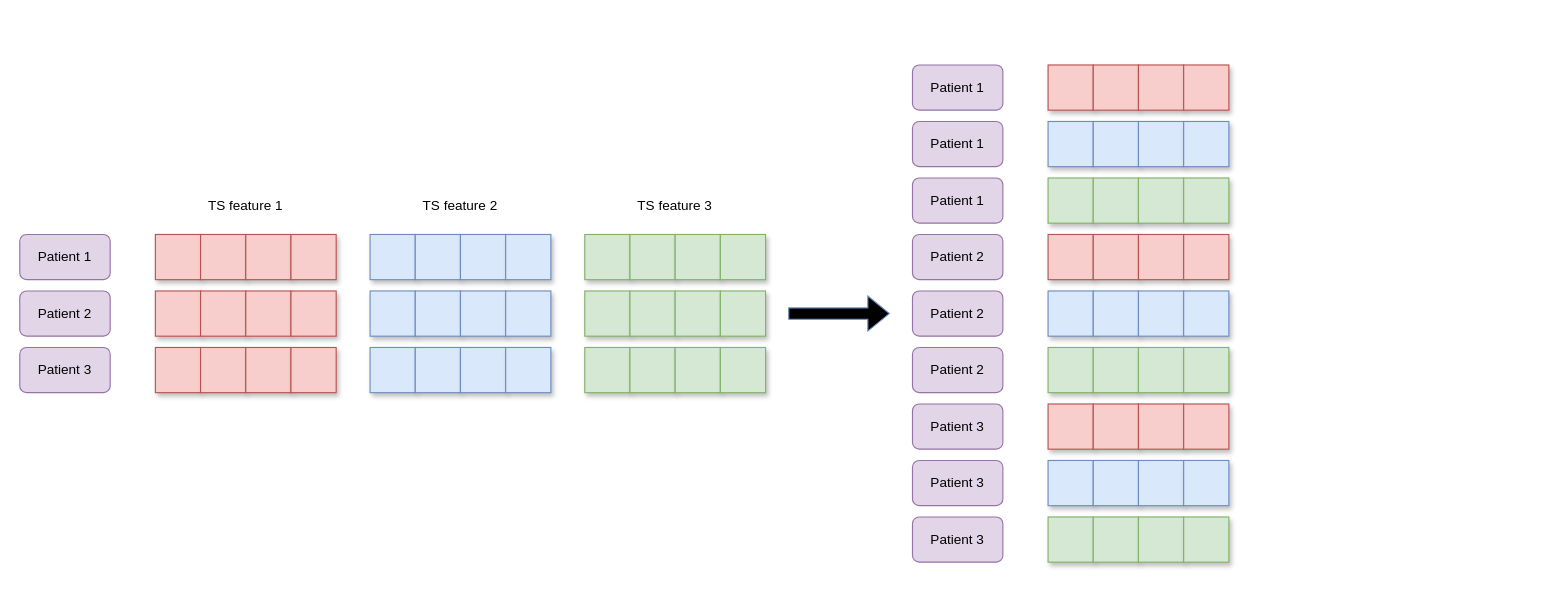
This is diagrams/TS-Collapse.drawio from Jeremstym/pretrainingTSPFN, a draw.io file, before an edit. Source tidied: cells renumbered, new cells numbered last; positions are measured from the earlier drawing's top-left corner, leaving out a move shared by most shapes. Both pictures are drawn from the tidied source at 113%, with x=0, y=0 at pixel (19, 64).
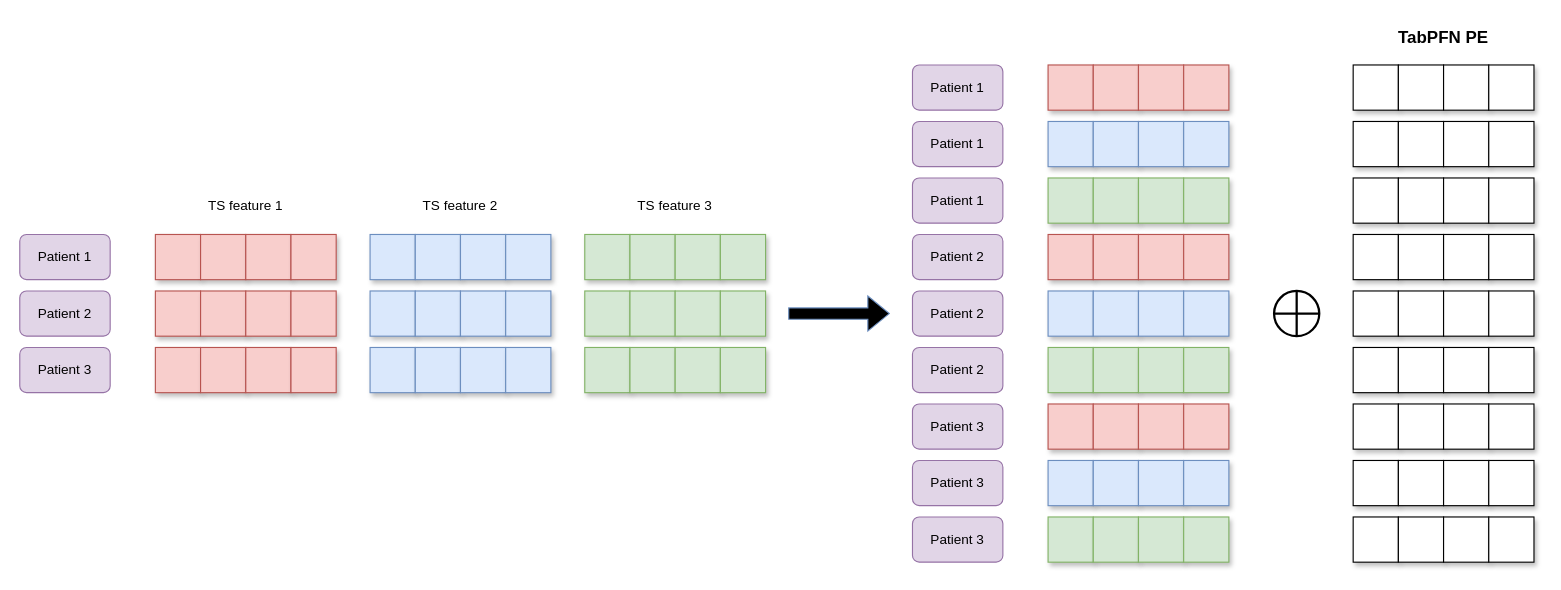
Above is the later version.

Commit message (it also covers changes not shown here):
Mettre à jour TS-Collapse.drawio

The edit, as a diff of the source:
```diff
@@
+    <mxCell id="90" style="rounded=0;whiteSpace=wrap;html=1;shadow=1;" parent="1" vertex="1">
+      <mxGeometry x="1180" width="40" height="40" as="geometry" />
+    </mxCell>
+    <mxCell id="91" style="rounded=0;whiteSpace=wrap;html=1;shadow=1;" parent="1" vertex="1">
+      <mxGeometry x="1220" width="40" height="40" as="geometry" />
+    </mxCell>
+    <mxCell id="92" style="rounded=0;whiteSpace=wrap;html=1;shadow=1;" parent="1" vertex="1">
+      <mxGeometry x="1260" width="40" height="40" as="geometry" />
+    </mxCell>
+    <mxCell id="93" style="rounded=0;whiteSpace=wrap;html=1;shadow=1;" parent="1" vertex="1">
+      <mxGeometry x="1300" width="40" height="40" as="geometry" />
+    </mxCell>
+    <mxCell id="94" style="rounded=0;whiteSpace=wrap;html=1;shadow=1;" parent="1" vertex="1">
+      <mxGeometry x="1180" y="50" width="40" height="40" as="geometry" />
+    </mxCell>
+    <mxCell id="95" style="rounded=0;whiteSpace=wrap;html=1;shadow=1;" parent="1" vertex="1">
+      <mxGeometry x="1220" y="50" width="40" height="40" as="geometry" />
+    </mxCell>
+    <mxCell id="96" style="rounded=0;whiteSpace=wrap;html=1;shadow=1;" parent="1" vertex="1">
+      <mxGeometry x="1260" y="50" width="40" height="40" as="geometry" />
+    </mxCell>
+    <mxCell id="97" style="rounded=0;whiteSpace=wrap;html=1;shadow=1;" parent="1" vertex="1">
+      <mxGeometry x="1300" y="50" width="40" height="40" as="geometry" />
+    </mxCell>
+    <mxCell id="98" style="rounded=0;whiteSpace=wrap;html=1;shadow=1;" parent="1" vertex="1">
+      <mxGeometry x="1180" y="100" width="40" height="40" as="geometry" />
+    </mxCell>
+    <mxCell id="99" style="rounded=0;whiteSpace=wrap;html=1;shadow=1;" parent="1" vertex="1">
+      <mxGeometry x="1220" y="100" width="40" height="40" as="geometry" />
+    </mxCell>
+    <mxCell id="100" style="rounded=0;whiteSpace=wrap;html=1;shadow=1;" parent="1" vertex="1">
+      <mxGeometry x="1260" y="100" width="40" height="40" as="geometry" />
+    </mxCell>
+    <mxCell id="101" style="rounded=0;whiteSpace=wrap;html=1;shadow=1;" parent="1" vertex="1">
+      <mxGeometry x="1300" y="100" width="40" height="40" as="geometry" />
+    </mxCell>
+    <mxCell id="102" style="rounded=0;whiteSpace=wrap;html=1;shadow=1;" parent="1" vertex="1">
+      <mxGeometry x="1180" y="150" width="40" height="40" as="geometry" />
+    </mxCell>
+    <mxCell id="103" style="rounded=0;whiteSpace=wrap;html=1;shadow=1;" parent="1" vertex="1">
+      <mxGeometry x="1220" y="150" width="40" height="40" as="geometry" />
+    </mxCell>
+    <mxCell id="104" style="rounded=0;whiteSpace=wrap;html=1;shadow=1;" parent="1" vertex="1">
+      <mxGeometry x="1260" y="150" width="40" height="40" as="geometry" />
+    </mxCell>
+    <mxCell id="105" style="rounded=0;whiteSpace=wrap;html=1;shadow=1;" parent="1" vertex="1">
+      <mxGeometry x="1300" y="150" width="40" height="40" as="geometry" />
+    </mxCell>
+    <mxCell id="106" style="rounded=0;whiteSpace=wrap;html=1;shadow=1;" parent="1" vertex="1">
+      <mxGeometry x="1180" y="200" width="40" height="40" as="geometry" />
+    </mxCell>
+    <mxCell id="107" style="rounded=0;whiteSpace=wrap;html=1;shadow=1;" parent="1" vertex="1">
+      <mxGeometry x="1220" y="200" width="40" height="40" as="geometry" />
+    </mxCell>
+    <mxCell id="108" style="rounded=0;whiteSpace=wrap;html=1;shadow=1;" parent="1" vertex="1">
+      <mxGeometry x="1260" y="200" width="40" height="40" as="geometry" />
+    </mxCell>
+    <mxCell id="109" style="rounded=0;whiteSpace=wrap;html=1;shadow=1;" parent="1" vertex="1">
+      <mxGeometry x="1300" y="200" width="40" height="40" as="geometry" />
+    </mxCell>
+    <mxCell id="110" style="rounded=0;whiteSpace=wrap;html=1;shadow=1;" parent="1" vertex="1">
+      <mxGeometry x="1180" y="250" width="40" height="40" as="geometry" />
+    </mxCell>
+    <mxCell id="111" style="rounded=0;whiteSpace=wrap;html=1;shadow=1;" parent="1" vertex="1">
+      <mxGeometry x="1220" y="250" width="40" height="40" as="geometry" />
+    </mxCell>
+    <mxCell id="112" style="rounded=0;whiteSpace=wrap;html=1;shadow=1;" parent="1" vertex="1">
+      <mxGeometry x="1260" y="250" width="40" height="40" as="geometry" />
+    </mxCell>
+    <mxCell id="113" style="rounded=0;whiteSpace=wrap;html=1;shadow=1;" parent="1" vertex="1">
+      <mxGeometry x="1300" y="250" width="40" height="40" as="geometry" />
+    </mxCell>
+    <mxCell id="114" style="rounded=0;whiteSpace=wrap;html=1;shadow=1;" parent="1" vertex="1">
+      <mxGeometry x="1180" y="300" width="40" height="40" as="geometry" />
+    </mxCell>
+    <mxCell id="115" style="rounded=0;whiteSpace=wrap;html=1;shadow=1;" parent="1" vertex="1">
+      <mxGeometry x="1220" y="300" width="40" height="40" as="geometry" />
+    </mxCell>
+    <mxCell id="116" style="rounded=0;whiteSpace=wrap;html=1;shadow=1;" parent="1" vertex="1">
+      <mxGeometry x="1260" y="300" width="40" height="40" as="geometry" />
+    </mxCell>
+    <mxCell id="117" style="rounded=0;whiteSpace=wrap;html=1;shadow=1;" parent="1" vertex="1">
+      <mxGeometry x="1300" y="300" width="40" height="40" as="geometry" />
+    </mxCell>
+    <mxCell id="118" style="rounded=0;whiteSpace=wrap;html=1;shadow=1;" parent="1" vertex="1">
+      <mxGeometry x="1180" y="350" width="40" height="40" as="geometry" />
+    </mxCell>
+    <mxCell id="119" style="rounded=0;whiteSpace=wrap;html=1;shadow=1;" parent="1" vertex="1">
+      <mxGeometry x="1220" y="350" width="40" height="40" as="geometry" />
+    </mxCell>
+    <mxCell id="120" style="rounded=0;whiteSpace=wrap;html=1;shadow=1;" parent="1" vertex="1">
+      <mxGeometry x="1260" y="350" width="40" height="40" as="geometry" />
+    </mxCell>
+    <mxCell id="121" style="rounded=0;whiteSpace=wrap;html=1;shadow=1;" parent="1" vertex="1">
+      <mxGeometry x="1300" y="350" width="40" height="40" as="geometry" />
+    </mxCell>
+    <mxCell id="122" style="rounded=0;whiteSpace=wrap;html=1;shadow=1;" parent="1" vertex="1">
+      <mxGeometry x="1180" y="400" width="40" height="40" as="geometry" />
+    </mxCell>
+    <mxCell id="123" style="rounded=0;whiteSpace=wrap;html=1;shadow=1;" parent="1" vertex="1">
+      <mxGeometry x="1220" y="400" width="40" height="40" as="geometry" />
+    </mxCell>
+    <mxCell id="124" style="rounded=0;whiteSpace=wrap;html=1;shadow=1;" parent="1" vertex="1">
+      <mxGeometry x="1260" y="400" width="40" height="40" as="geometry" />
+    </mxCell>
+    <mxCell id="125" style="rounded=0;whiteSpace=wrap;html=1;shadow=1;" parent="1" vertex="1">
+      <mxGeometry x="1300" y="400" width="40" height="40" as="geometry" />
+    </mxCell>
+    <mxCell id="126" style="shape=orEllipse;perimeter=ellipsePerimeter;whiteSpace=wrap;html=1;backgroundOutline=1;strokeWidth=2;" parent="1" vertex="1">
+      <mxGeometry x="1110" y="200" width="40" height="40" as="geometry" />
+    </mxCell>
+    <mxCell id="127" value="&lt;font style=&quot;font-size: 15px;&quot;&gt;&lt;b&gt;TabPFN PE&lt;/b&gt;&lt;/font&gt;" style="text;html=1;whiteSpace=wrap;strokeColor=none;fillColor=none;align=center;verticalAlign=middle;rounded=0;" parent="1" vertex="1">
+      <mxGeometry x="1180" y="-40" width="160" height="30" as="geometry" />
+    </mxCell>
```
